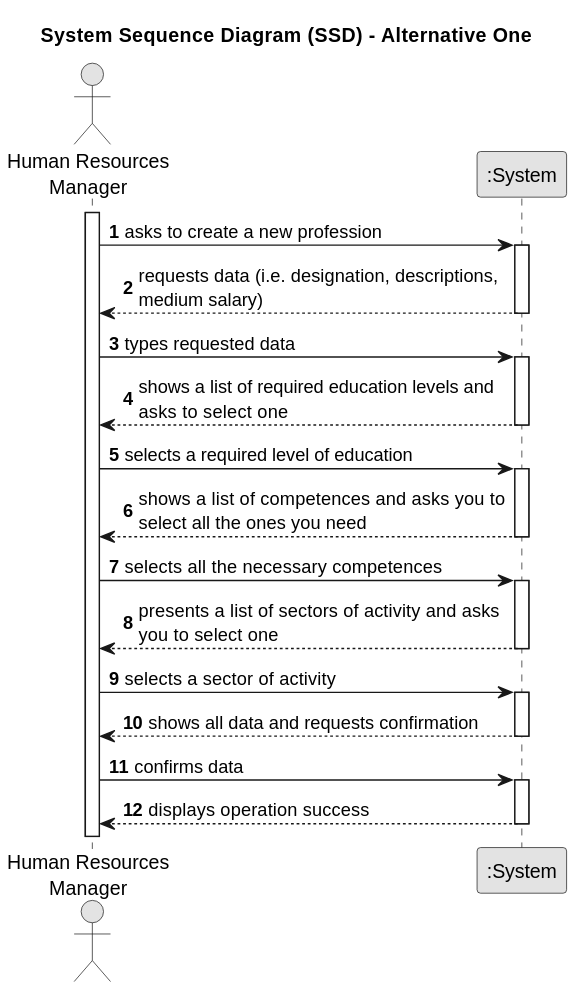
Above: docs/sprintA/us002/01.requirements-engineering/svg/us002-system-sequence-diagram-alternative-one.svg in diogoveirospro/lei-24-s2-1dg-g072 (PlantUML), before the change. Source of this version:
```plantuml
@startuml
skinparam monochrome true
skinparam packageStyle rectangle
skinparam shadowing false

title System Sequence Diagram (SSD) - Alternative One

autonumber

actor "Human Resources\nManager" as GRH
participant ":System" as System

activate GRH

    GRH -> System : asks to create a new profession
    activate System

        System --> GRH : requests data (i.e. designation, descriptions,\nmedium salary)
    deactivate System

    GRH -> System : types requested data
    activate System

        System --> GRH : shows a list of required education levels and\nasks to select one
    deactivate System

    GRH -> System : selects a required level of education
    activate System

        System --> GRH : shows a list of competences and asks you to\nselect all the ones you need
    deactivate System

    GRH -> System : selects all the necessary competences
    activate System

        System --> GRH : presents a list of sectors of activity and asks\nyou to select one
    deactivate System

    GRH -> System : selects a sector of activity
    activate System

        System --> GRH : shows all data and requests confirmation
    deactivate System

    GRH -> System : confirms data
    activate System

        System --> GRH : displays operation success
    deactivate System
@enduml
```
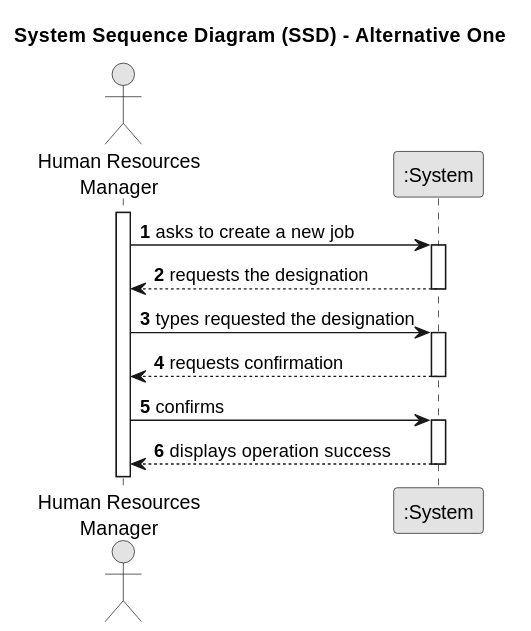
After the commit.

The edit, as a diff of the source:
```diff
@@ -12,37 +12,19 @@
 
 activate GRH
 
-    GRH -> System : asks to create a new profession
+    GRH -> System : asks to create a new job
     activate System
 
-        System --> GRH : requests data (i.e. designation, descriptions,\nmedium salary)
+        System --> GRH : requests the designation
     deactivate System
 
-    GRH -> System : types requested data
+    GRH -> System : types requested the designation
     activate System
 
-        System --> GRH : shows a list of required education levels and\nasks to select one
+        System --> GRH : requests confirmation
     deactivate System
 
-    GRH -> System : selects a required level of education
-    activate System
-
-        System --> GRH : shows a list of competences and asks you to\nselect all the ones you need
-    deactivate System
-
-    GRH -> System : selects all the necessary competences
-    activate System
-
-        System --> GRH : presents a list of sectors of activity and asks\nyou to select one
-    deactivate System
-
-    GRH -> System : selects a sector of activity
-    activate System
-
-        System --> GRH : shows all data and requests confirmation
-    deactivate System
-
-    GRH -> System : confirms data
+    GRH -> System : confirms
     activate System
 
         System --> GRH : displays operation success
```
